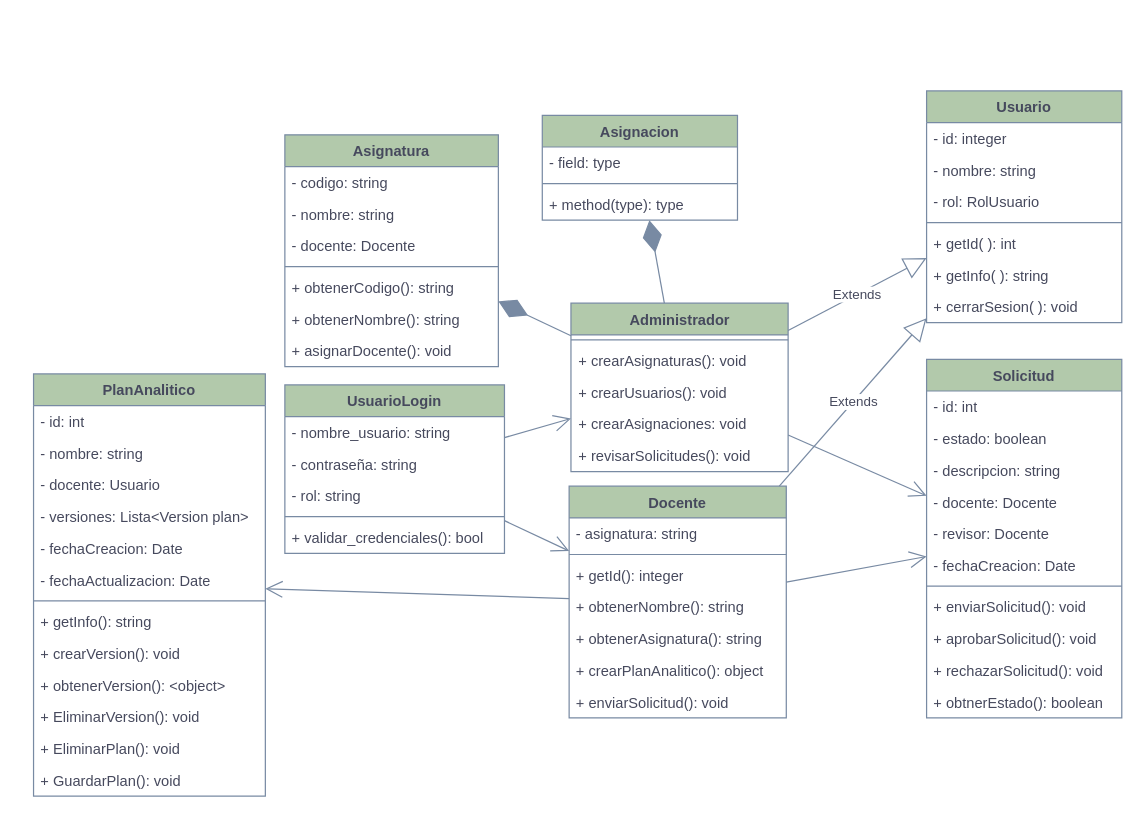
The draw.io diagram page "Página-2" (2 of 3) of Diagrama sin título.drawio in JesusBriones2/prueba, before the edit. Source tidied: cells renumbered, new cells numbered last; positions are measured from the earlier drawing's top-left corner, leaving out a move shared by most shapes. Both pictures are drawn from the tidied source at 122%, with x=0, y=0 at pixel (33, 90).
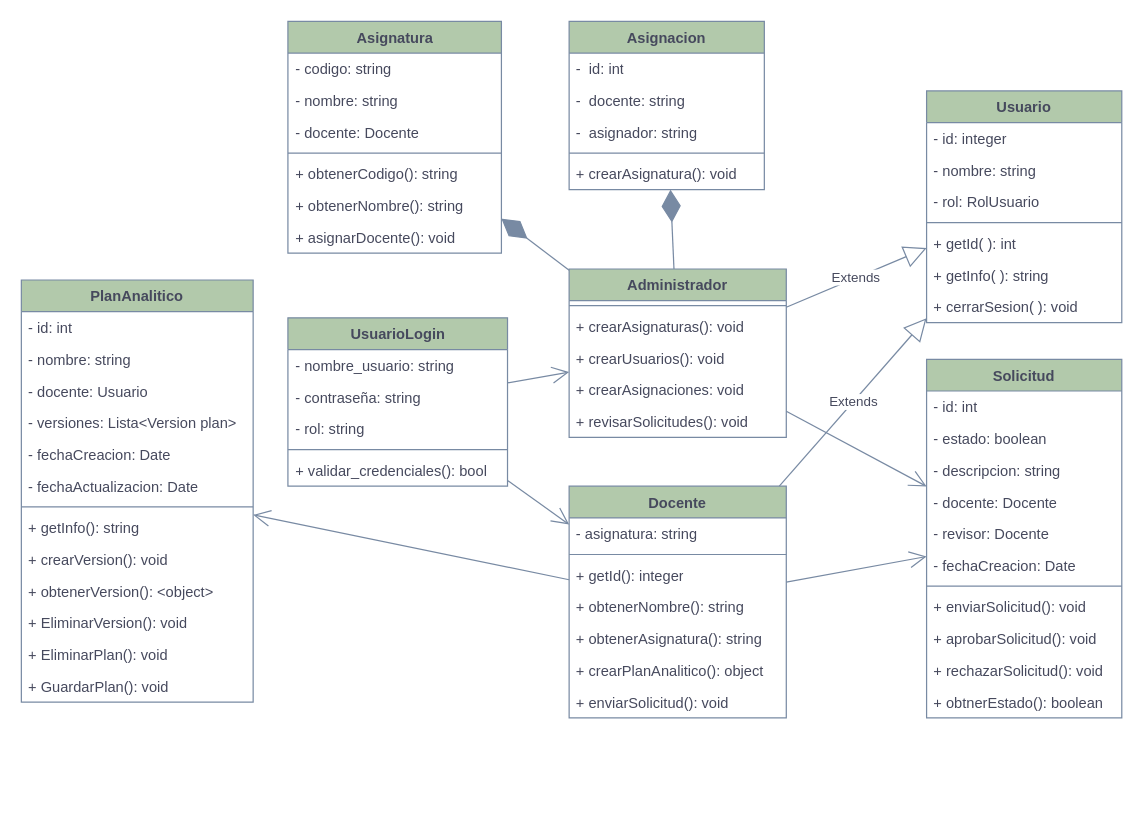
After the change.

The edit, as a diff of the source:
```diff
@@
     <mxCell id="2" value="UsuarioLogin" style="swimlane;fontStyle=1;align=center;verticalAlign=top;horizontal=1;startSize=26;whiteSpace=wrap;html=1;strokeColor=#788AA3;fontColor=#46495D;fillColor=#B2C9AB;" parent="1" vertex="1">
-      <mxGeometry x="206" y="241" width="180" height="138" as="geometry" />
+      <mxGeometry x="208.5" y="186" width="180" height="138" as="geometry" />
     </mxCell>
@@
     <mxCell id="16" value="Administrador" style="swimlane;fontStyle=1;align=center;verticalAlign=top;horizontal=1;startSize=26;whiteSpace=wrap;html=1;strokeColor=#788AA3;fontColor=#46495D;fillColor=#B2C9AB;" parent="1" vertex="1">
-      <mxGeometry x="440.5" y="174" width="178" height="138" as="geometry" />
+      <mxGeometry x="439" y="146" width="178" height="138" as="geometry" />
     </mxCell>
@@
     <mxCell id="44" value="Asignacion" style="swimlane;fontStyle=1;align=center;verticalAlign=top;horizontal=1;startSize=26;whiteSpace=wrap;html=1;strokeColor=#788AA3;fontColor=#46495D;fillColor=#B2C9AB;" parent="1" vertex="1">
-      <mxGeometry x="417" y="20" width="160" height="86" as="geometry" />
+      <mxGeometry x="439" y="-57" width="160" height="138" as="geometry" />
     </mxCell>
-    <mxCell id="45" value="- field: type" style="text;strokeColor=none;fillColor=none;align=left;verticalAlign=top;spacingLeft=4;spacingRight=4;overflow=hidden;whiteSpace=wrap;html=1;fontColor=#46495D;" parent="44" vertex="1">
+    <mxCell id="45" value="-&amp;nbsp; id: int" style="text;strokeColor=none;fillColor=none;align=left;verticalAlign=top;spacingLeft=4;spacingRight=4;overflow=hidden;whiteSpace=wrap;html=1;fontColor=#46495D;" parent="44" vertex="1">
       <mxGeometry y="26" width="160" height="26" as="geometry" />
     </mxCell>
+    <mxCell id="77" value="-&amp;nbsp; docente: string" style="text;strokeColor=none;fillColor=none;align=left;verticalAlign=top;spacingLeft=4;spacingRight=4;overflow=hidden;whiteSpace=wrap;html=1;fontColor=#46495D;" parent="44" vertex="1">
+      <mxGeometry y="52" width="160" height="26" as="geometry" />
+    </mxCell>
+    <mxCell id="78" value="-&amp;nbsp; asignador: string" style="text;strokeColor=none;fillColor=none;align=left;verticalAlign=top;spacingLeft=4;spacingRight=4;overflow=hidden;whiteSpace=wrap;html=1;fontColor=#46495D;" parent="44" vertex="1">
+      <mxGeometry y="78" width="160" height="26" as="geometry" />
+    </mxCell>
     <mxCell id="46" style="line;strokeWidth=1;fillColor=none;align=left;verticalAlign=middle;spacingTop=-1;spacingLeft=3;spacingRight=3;labelPosition=right;strokeColor=inherit;fontColor=#46495D;" parent="44" vertex="1">
-      <mxGeometry y="52" width="160" height="8" as="geometry" />
+      <mxGeometry y="104" width="160" height="8" as="geometry" />
     </mxCell>
-    <mxCell id="47" value="+ method(type): type" style="text;strokeColor=none;fillColor=none;align=left;verticalAlign=top;spacingLeft=4;spacingRight=4;overflow=hidden;whiteSpace=wrap;html=1;fontColor=#46495D;" parent="44" vertex="1">
-      <mxGeometry y="60" width="160" height="26" as="geometry" />
+    <mxCell id="47" value="+ crearAsignatura(): void" style="text;strokeColor=none;fillColor=none;align=left;verticalAlign=top;spacingLeft=4;spacingRight=4;overflow=hidden;whiteSpace=wrap;html=1;fontColor=#46495D;" parent="44" vertex="1">
+      <mxGeometry y="112" width="160" height="26" as="geometry" />
     </mxCell>
     <mxCell id="48" value="PlanAnalitico" style="swimlane;fontStyle=1;align=center;verticalAlign=top;horizontal=1;startSize=26;whiteSpace=wrap;html=1;strokeColor=#788AA3;fontColor=#46495D;fillColor=#B2C9AB;" parent="1" vertex="1">
-      <mxGeometry y="232" width="190" height="346" as="geometry" />
+      <mxGeometry x="-10" y="155" width="190" height="346" as="geometry" />
     </mxCell>
@@
     <mxCell id="69" value="Asignatura" style="swimlane;fontStyle=1;align=center;verticalAlign=top;horizontal=1;startSize=26;whiteSpace=wrap;html=1;strokeColor=#788AA3;fontColor=#46495D;fillColor=#B2C9AB;" parent="1" vertex="1">
-      <mxGeometry x="206" y="36" width="175" height="190" as="geometry" />
+      <mxGeometry x="208.5" y="-57" width="175" height="190" as="geometry" />
     </mxCell>
```
